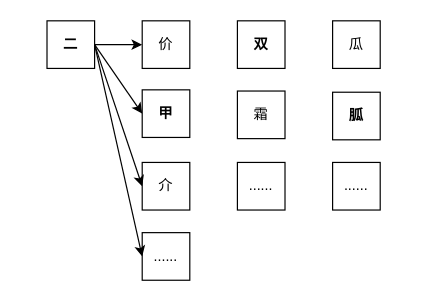
Earlier version of the draw.io diagram algorithms/nlp/搜索文本纠错系统.drawio (Wanke15/wanke15.github.io). Source tidied: cells renumbered, new cells numbered last; positions are measured from the earlier drawing's top-left corner, leaving out a move shared by most shapes. Both pictures are drawn from the tidied source at 119%, with x=0, y=0 at pixel (46, 20).
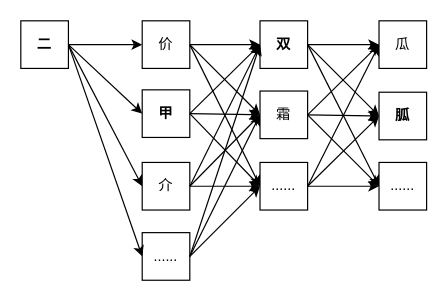
Above is the later version.

Commit message (it also covers changes not shown here):
更新搜索文本纠错系统.drawio

The change refers to these unchanged cells:
```xml
<mxCell id="7" value="价" style="text;html=1;align=center;verticalAlign=middle;whiteSpace=wrap;rounded=0;strokeColor=default;" parent="1" vertex="1">
  <mxGeometry x="80" width="40" height="40" as="geometry" />
</mxCell>
<mxCell id="10" value="&lt;b&gt;甲&lt;/b&gt;" style="text;html=1;align=center;verticalAlign=middle;whiteSpace=wrap;rounded=0;strokeColor=default;" parent="1" vertex="1">
  <mxGeometry x="80" y="58" width="40" height="40" as="geometry" />
</mxCell>
<mxCell id="11" value="介" style="text;html=1;align=center;verticalAlign=middle;whiteSpace=wrap;rounded=0;strokeColor=default;" parent="1" vertex="1">
  <mxGeometry x="80" y="119" width="40" height="40" as="geometry" />
</mxCell>
<mxCell id="12" value="......" style="text;html=1;align=center;verticalAlign=middle;whiteSpace=wrap;rounded=0;strokeColor=default;" parent="1" vertex="1">
  <mxGeometry x="80" y="178" width="40" height="40" as="geometry" />
</mxCell>
```

Diff of the diagram source:
```diff
@@
     <mxCell id="6" value="&lt;b&gt;二&lt;/b&gt;" style="text;html=1;align=center;verticalAlign=middle;whiteSpace=wrap;rounded=0;strokeColor=default;" parent="1" vertex="1">
-      <mxGeometry width="40" height="40" as="geometry" />
+      <mxGeometry x="-22" width="40" height="40" as="geometry" />
     </mxCell>
+    <mxCell id="17" style="edgeStyle=orthogonalEdgeStyle;rounded=0;jettySize=auto;html=1;exitX=1;exitY=0.5;exitDx=0;exitDy=0;entryX=0;entryY=0.5;entryDx=0;entryDy=0;" parent="1" edge="1" source="7" target="8">
+      <mxGeometry relative="1" as="geometry" />
+    </mxCell>
+    <mxCell id="18" style="rounded=0;jettySize=auto;html=1;exitX=1;exitY=0.5;exitDx=0;exitDy=0;entryX=0;entryY=0.5;entryDx=0;entryDy=0;" parent="1" edge="1" source="7" target="13">
+      <mxGeometry relative="1" as="geometry" />
+    </mxCell>
+    <mxCell id="19" style="rounded=0;jettySize=auto;html=1;exitX=1;exitY=0.5;exitDx=0;exitDy=0;entryX=0;entryY=0.5;entryDx=0;entryDy=0;" parent="1" edge="1" source="7" target="15">
+      <mxGeometry relative="1" as="geometry" />
+    </mxCell>
@@
+    <mxCell id="20" style="edgeStyle=orthogonalEdgeStyle;rounded=0;jettySize=auto;html=1;exitX=1;exitY=0.5;exitDx=0;exitDy=0;entryX=0;entryY=0.5;entryDx=0;entryDy=0;" parent="1" edge="1" source="8" target="9">
+      <mxGeometry relative="1" as="geometry" />
+    </mxCell>
+    <mxCell id="21" style="rounded=0;jettySize=auto;html=1;exitX=1;exitY=0.5;exitDx=0;exitDy=0;entryX=0;entryY=0.5;entryDx=0;entryDy=0;" parent="1" edge="1" source="8" target="14">
+      <mxGeometry relative="1" as="geometry" />
+    </mxCell>
+    <mxCell id="22" style="rounded=0;jettySize=auto;html=1;exitX=1;exitY=0.5;exitDx=0;exitDy=0;entryX=0;entryY=0.5;entryDx=0;entryDy=0;" parent="1" edge="1" source="8" target="16">
+      <mxGeometry relative="1" as="geometry" />
+    </mxCell>
     <mxCell id="8" value="&lt;b&gt;双&lt;/b&gt;" style="text;html=1;align=center;verticalAlign=middle;whiteSpace=wrap;rounded=0;strokeColor=default;" parent="1" vertex="1">
-      <mxGeometry x="160" width="40" height="40" as="geometry" />
+      <mxGeometry x="179" width="40" height="40" as="geometry" />
     </mxCell>
     <mxCell id="9" value="瓜" style="text;html=1;align=center;verticalAlign=middle;whiteSpace=wrap;rounded=0;strokeColor=default;" parent="1" vertex="1">
-      <mxGeometry x="240" width="40" height="40" as="geometry" />
+      <mxGeometry x="279" width="40" height="40" as="geometry" />
     </mxCell>
+    <mxCell id="23" style="rounded=0;jettySize=auto;html=1;exitX=1;exitY=0.5;exitDx=0;exitDy=0;entryX=0;entryY=0.5;entryDx=0;entryDy=0;" parent="1" edge="1" source="10" target="8">
+      <mxGeometry relative="1" as="geometry" />
+    </mxCell>
+    <mxCell id="24" style="rounded=0;jettySize=auto;html=1;exitX=1;exitY=0.5;exitDx=0;exitDy=0;entryX=0;entryY=0.5;entryDx=0;entryDy=0;" parent="1" edge="1" source="10" target="13">
+      <mxGeometry relative="1" as="geometry" />
+    </mxCell>
+    <mxCell id="25" style="rounded=0;jettySize=auto;html=1;exitX=1;exitY=0.5;exitDx=0;exitDy=0;entryX=0;entryY=0.5;entryDx=0;entryDy=0;" parent="1" edge="1" source="10" target="15">
+      <mxGeometry relative="1" as="geometry" />
+    </mxCell>
@@
+    <mxCell id="26" style="rounded=0;jettySize=auto;html=1;exitX=1;exitY=0.5;exitDx=0;exitDy=0;entryX=0;entryY=0.5;entryDx=0;entryDy=0;" parent="1" edge="1" source="11" target="8">
+      <mxGeometry relative="1" as="geometry" />
+    </mxCell>
+    <mxCell id="27" style="rounded=0;jettySize=auto;html=1;exitX=1;exitY=0.5;exitDx=0;exitDy=0;entryX=0;entryY=0.5;entryDx=0;entryDy=0;" parent="1" edge="1" source="11" target="13">
+      <mxGeometry relative="1" as="geometry" />
+    </mxCell>
+    <mxCell id="28" style="edgeStyle=orthogonalEdgeStyle;rounded=0;jettySize=auto;html=1;exitX=1;exitY=0.5;exitDx=0;exitDy=0;entryX=0;entryY=0.5;entryDx=0;entryDy=0;" parent="1" edge="1" source="11" target="15">
+      <mxGeometry relative="1" as="geometry" />
+    </mxCell>
@@
+    <mxCell id="29" style="rounded=0;jettySize=auto;html=1;exitX=1;exitY=0.5;exitDx=0;exitDy=0;entryX=0;entryY=0.5;entryDx=0;entryDy=0;" parent="1" edge="1" source="12" target="8">
+      <mxGeometry relative="1" as="geometry" />
+    </mxCell>
+    <mxCell id="30" style="rounded=0;jettySize=auto;html=1;exitX=1;exitY=0.5;exitDx=0;exitDy=0;entryX=0;entryY=0.5;entryDx=0;entryDy=0;" parent="1" edge="1" source="12" target="13">
+      <mxGeometry relative="1" as="geometry" />
+    </mxCell>
+    <mxCell id="31" style="rounded=0;jettySize=auto;html=1;exitX=1;exitY=0.5;exitDx=0;exitDy=0;entryX=0;entryY=0.5;entryDx=0;entryDy=0;" parent="1" edge="1" source="12" target="15">
+      <mxGeometry relative="1" as="geometry" />
+    </mxCell>
@@
+    <mxCell id="32" style="rounded=0;jettySize=auto;html=1;exitX=1;exitY=0.5;exitDx=0;exitDy=0;entryX=0;entryY=0.5;entryDx=0;entryDy=0;" parent="1" edge="1" source="13" target="9">
+      <mxGeometry relative="1" as="geometry" />
+    </mxCell>
+    <mxCell id="33" style="rounded=0;jettySize=auto;html=1;exitX=1;exitY=0.5;exitDx=0;exitDy=0;entryX=0;entryY=0.5;entryDx=0;entryDy=0;" parent="1" edge="1" source="13" target="14">
+      <mxGeometry relative="1" as="geometry" />
+    </mxCell>
+    <mxCell id="34" style="rounded=0;jettySize=auto;html=1;exitX=1;exitY=0.5;exitDx=0;exitDy=0;entryX=0;entryY=0.5;entryDx=0;entryDy=0;" parent="1" edge="1" source="13" target="16">
+      <mxGeometry relative="1" as="geometry" />
+    </mxCell>
     <mxCell id="13" value="霜" style="text;html=1;align=center;verticalAlign=middle;whiteSpace=wrap;rounded=0;strokeColor=default;" parent="1" vertex="1">
-      <mxGeometry x="160" y="59" width="40" height="40" as="geometry" />
+      <mxGeometry x="179" y="59" width="40" height="40" as="geometry" />
     </mxCell>
     <mxCell id="14" value="&lt;b&gt;胍&lt;/b&gt;" style="text;html=1;align=center;verticalAlign=middle;whiteSpace=wrap;rounded=0;strokeColor=default;" parent="1" vertex="1">
-      <mxGeometry x="240" y="60" width="40" height="40" as="geometry" />
+      <mxGeometry x="279" y="60" width="40" height="40" as="geometry" />
     </mxCell>
+    <mxCell id="35" style="rounded=0;jettySize=auto;html=1;exitX=1;exitY=0.5;exitDx=0;exitDy=0;entryX=0;entryY=0.5;entryDx=0;entryDy=0;" parent="1" edge="1" source="15" target="9">
+      <mxGeometry relative="1" as="geometry" />
+    </mxCell>
+    <mxCell id="36" style="rounded=0;jettySize=auto;html=1;exitX=1;exitY=0.5;exitDx=0;exitDy=0;entryX=0;entryY=0.5;entryDx=0;entryDy=0;" parent="1" edge="1" source="15" target="14">
+      <mxGeometry relative="1" as="geometry" />
+    </mxCell>
+    <mxCell id="37" style="edgeStyle=orthogonalEdgeStyle;rounded=0;jettySize=auto;html=1;exitX=1;exitY=0.5;exitDx=0;exitDy=0;entryX=0;entryY=0.5;entryDx=0;entryDy=0;" parent="1" edge="1" source="15" target="16">
+      <mxGeometry relative="1" as="geometry" />
+    </mxCell>
     <mxCell id="15" value="......" style="text;html=1;align=center;verticalAlign=middle;whiteSpace=wrap;rounded=0;strokeColor=default;" parent="1" vertex="1">
-      <mxGeometry x="160" y="119" width="40" height="40" as="geometry" />
+      <mxGeometry x="179" y="119" width="40" height="40" as="geometry" />
     </mxCell>
     <mxCell id="16" value="......" style="text;html=1;align=center;verticalAlign=middle;whiteSpace=wrap;rounded=0;strokeColor=default;" parent="1" vertex="1">
-      <mxGeometry x="240" y="119" width="40" height="40" as="geometry" />
+      <mxGeometry x="279" y="119" width="40" height="40" as="geometry" />
     </mxCell>
```
